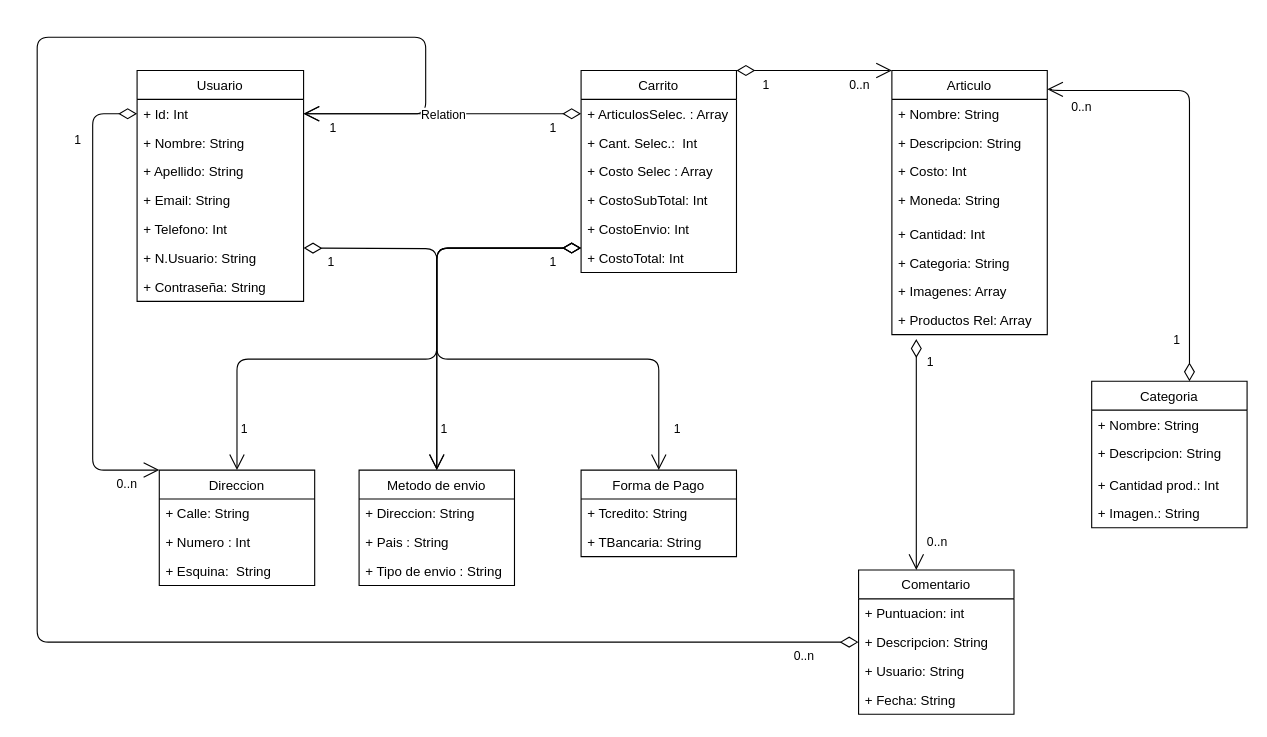
macupe/Workspace_inicial keeps this draw.io diagram as Untitled Diagram.drawio. Above is the earlier version. Source tidied: cells renumbered, new cells numbered last; positions are measured from the earlier drawing's top-left corner, leaving out a move shared by most shapes. Both pictures are drawn from the tidied source at 111%, with x=0, y=0 at pixel (37, 37).
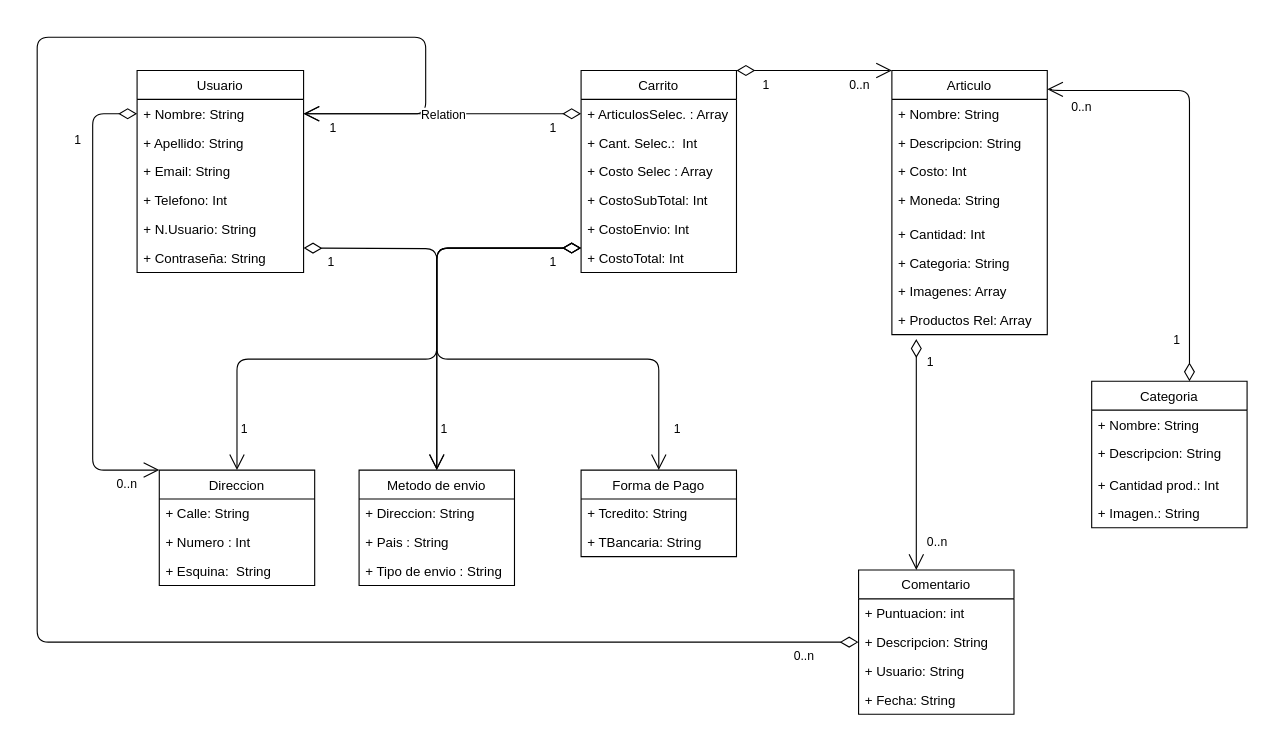
The same page after the edit.

The change refers to these unchanged cells:
```xml
<mxCell id="17" value="Direccion" style="swimlane;fontStyle=0;horizontal=1;startSize=26;fillColor=none;align=center;" parent="1" vertex="1">
  <mxGeometry x="110" y="390" width="140" height="104" as="geometry" />
</mxCell>
<mxCell id="49" value="+ Descripcion: String" style="text;strokeColor=none;fillColor=none;align=left;verticalAlign=top;spacingLeft=4;spacingRight=4;overflow=hidden;points=[[0,0.5],[1,0.5]];portConstraint=eastwest;" parent="47" vertex="1">
  <mxGeometry y="52" width="140" height="26" as="geometry" />
</mxCell>
```

What changed in the source:
```diff
@@
     <mxCell id="2" value="Usuario" style="swimlane;fontStyle=0;horizontal=1;startSize=26;fillColor=none;align=center;" parent="1" vertex="1">
-      <mxGeometry x="90" y="30" width="150" height="208" as="geometry" />
+      <mxGeometry x="90" y="30" width="150" height="182" as="geometry" />
     </mxCell>
-    <mxCell id="3" value="+ Id: Int" style="text;strokeColor=none;fillColor=none;align=left;verticalAlign=top;spacingLeft=4;spacingRight=4;overflow=hidden;points=[[0,0.5],[1,0.5]];portConstraint=eastwest;" parent="2" vertex="1">
-      <mxGeometry y="26" width="150" height="26" as="geometry" />
-    </mxCell>
     <mxCell id="4" value="+ Nombre: String" style="text;strokeColor=none;fillColor=none;align=left;verticalAlign=top;spacingLeft=4;spacingRight=4;overflow=hidden;" parent="2" vertex="1">
-      <mxGeometry y="52" width="150" height="26" as="geometry" />
+      <mxGeometry y="26" width="150" height="26" as="geometry" />
     </mxCell>
     <mxCell id="5" value="+ Apellido: String" style="text;strokeColor=none;fillColor=none;align=left;verticalAlign=top;spacingLeft=4;spacingRight=4;overflow=hidden;" parent="2" vertex="1">
-      <mxGeometry y="78" width="150" height="26" as="geometry" />
+      <mxGeometry y="52" width="150" height="26" as="geometry" />
     </mxCell>
     <mxCell id="6" value="+ Email: String" style="text;strokeColor=none;fillColor=none;align=left;verticalAlign=top;spacingLeft=4;spacingRight=4;overflow=hidden;" parent="2" vertex="1">
-      <mxGeometry y="104" width="150" height="26" as="geometry" />
+      <mxGeometry y="78" width="150" height="26" as="geometry" />
     </mxCell>
     <mxCell id="7" value="+ Telefono: Int" style="text;strokeColor=none;fillColor=none;align=left;verticalAlign=top;spacingLeft=4;spacingRight=4;overflow=hidden;" parent="2" vertex="1">
-      <mxGeometry y="130" width="150" height="26" as="geometry" />
+      <mxGeometry y="104" width="150" height="26" as="geometry" />
     </mxCell>
     <mxCell id="8" value="+ N.Usuario: String" style="text;strokeColor=none;fillColor=none;align=left;verticalAlign=top;spacingLeft=4;spacingRight=4;overflow=hidden;" parent="2" vertex="1">
-      <mxGeometry y="156" width="150" height="26" as="geometry" />
+      <mxGeometry y="130" width="150" height="26" as="geometry" />
     </mxCell>
     <mxCell id="9" value="+ Contraseña: String" style="text;strokeColor=none;fillColor=none;align=left;verticalAlign=top;spacingLeft=4;spacingRight=4;overflow=hidden;" parent="2" vertex="1">
-      <mxGeometry y="182" width="150" height="26" as="geometry" />
+      <mxGeometry y="156" width="150" height="26" as="geometry" />
     </mxCell>
@@
-    <mxCell id="65" style="endArrow=open;html=1;endSize=12;startArrow=diamondThin;startSize=14;startFill=0;edgeStyle=orthogonalEdgeStyle;exitX=0;exitY=0.5;exitDx=0;exitDy=0;entryX=1;entryY=0.5;entryDx=0;entryDy=0;" parent="1" edge="1" source="49" target="3">
+    <mxCell id="65" style="endArrow=open;html=1;endSize=12;startArrow=diamondThin;startSize=14;startFill=0;edgeStyle=orthogonalEdgeStyle;exitX=0;exitY=0.5;exitDx=0;exitDy=0;entryX=1;entryY=0.5;entryDx=0;entryDy=0;" parent="1" edge="1" source="49">
       <mxGeometry relative="1" as="geometry">
+        <mxPoint x="240" y="69" as="targetPoint" />
         <Array as="points">
           <mxPoint y="545" />
           <mxPoint />
           <mxPoint x="350" />
           <mxPoint x="350" y="69" />
         </Array>
       </mxGeometry>
     </mxCell>
@@
-    <mxCell id="70" style="endArrow=open;html=1;endSize=12;startArrow=diamondThin;startSize=14;startFill=0;edgeStyle=orthogonalEdgeStyle;exitX=0;exitY=0.5;exitDx=0;exitDy=0;entryX=0;entryY=0;entryDx=0;entryDy=0;" parent="1" edge="1" source="3" target="17">
+    <mxCell id="70" style="endArrow=open;html=1;endSize=12;startArrow=diamondThin;startSize=14;startFill=0;edgeStyle=orthogonalEdgeStyle;exitX=0;exitY=0.5;exitDx=0;exitDy=0;entryX=0;entryY=0;entryDx=0;entryDy=0;" parent="1" edge="1" target="17">
       <mxGeometry relative="1" as="geometry">
+        <mxPoint x="90" y="69" as="sourcePoint" />
         <Array as="points">
           <mxPoint x="50" y="69" />
           <mxPoint x="50" y="390" />
         </Array>
       </mxGeometry>
     </mxCell>
```
